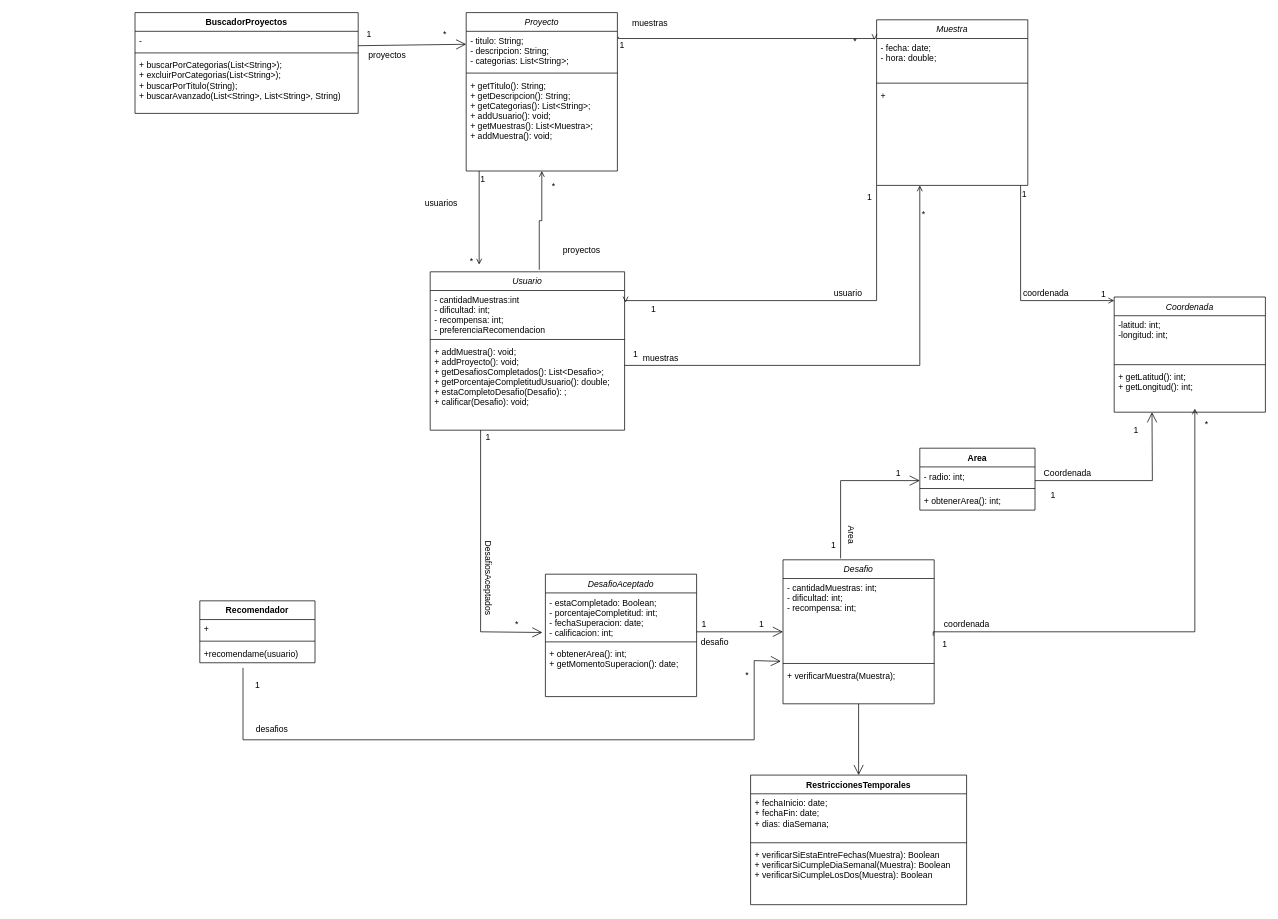
The draw.io diagram Diagrama tp.drawio in EliasBaron/unqui-po2-tpFinal, before the edit. Source tidied: cells renumbered, new cells numbered last; positions are measured from the earlier drawing's top-left corner, leaving out a move shared by most shapes. Both pictures are drawn from the tidied source at 72%, with x=0, y=0 at pixel (135, 12).
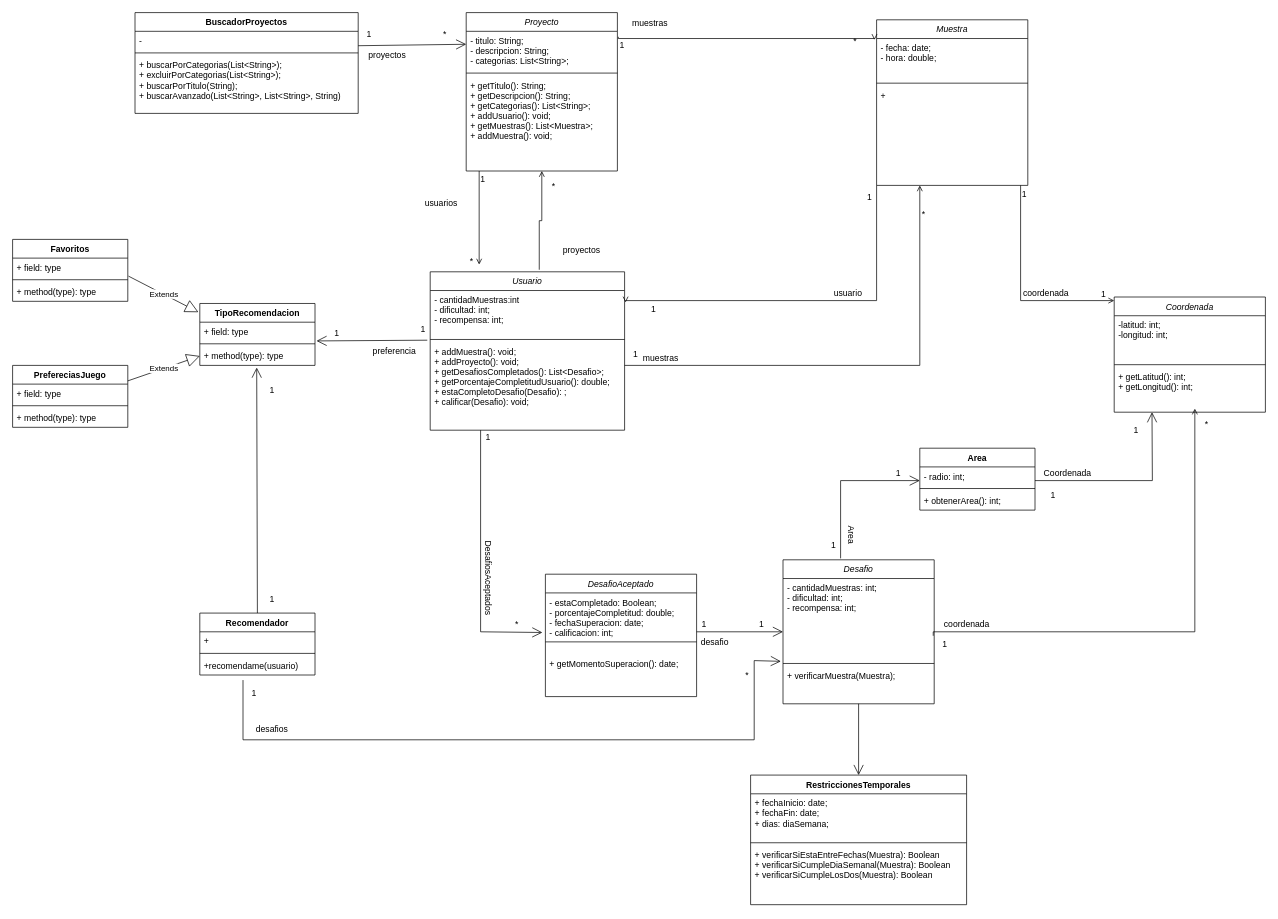
The same diagram, later.

The change refers to these unchanged cells:
```xml
<mxCell id="10" value="Usuario" style="swimlane;fontStyle=2;align=center;verticalAlign=top;horizontal=1;startSize=26;rounded=0;shadow=0;strokeWidth=1;" parent="1" vertex="1">
  <mxGeometry x="410" y="360" width="270" height="220" as="geometry" />
</mxCell>
<mxCell id="40" value="DesafioAceptado" style="swimlane;fontStyle=2;align=center;verticalAlign=top;horizontal=1;startSize=26;rounded=0;shadow=0;strokeWidth=1;" parent="1" vertex="1">
  <mxGeometry x="570" y="780" width="210" height="170" as="geometry" />
</mxCell>
```

Change to the diagram source:
```diff
@@
-    <mxCell id="11" value="- cantidadMuestras:int&#10;- dificultad: int;&#10;- recompensa: int;&#10;- preferenciaRecomendacion" style="text;align=left;verticalAlign=top;spacingLeft=4;spacingRight=4;overflow=hidden;points=[[0,0.5],[1,0.5]];portConstraint=eastwest;" parent="10" vertex="1">
+    <mxCell id="11" value="- cantidadMuestras:int&#10;- dificultad: int;&#10;- recompensa: int;" style="text;align=left;verticalAlign=top;spacingLeft=4;spacingRight=4;overflow=hidden;points=[[0,0.5],[1,0.5]];portConstraint=eastwest;" parent="10" vertex="1">
       <mxGeometry y="26" width="270" height="64" as="geometry" />
     </mxCell>
@@
-    <mxCell id="41" value="- estaCompletado: Boolean;&#10;- porcentajeCompletitud: int;&#10;- fechaSuperacion: date;&#10;- calificacion: int;" style="text;align=left;verticalAlign=top;spacingLeft=4;spacingRight=4;overflow=hidden;points=[[0,0.5],[1,0.5]];portConstraint=eastwest;" parent="40" vertex="1">
+    <mxCell id="41" value="- estaCompletado: Boolean;&#10;- porcentajeCompletitud: double;&#10;- fechaSuperacion: date;&#10;- calificacion: int;" style="text;align=left;verticalAlign=top;spacingLeft=4;spacingRight=4;overflow=hidden;points=[[0,0.5],[1,0.5]];portConstraint=eastwest;" parent="40" vertex="1">
       <mxGeometry y="26" width="210" height="64" as="geometry" />
     </mxCell>
@@
-    <mxCell id="43" value="+ obtenerArea(): int;&#10;+ getMomentoSuperacion(): date;" style="text;align=left;verticalAlign=top;spacingLeft=4;spacingRight=4;overflow=hidden;" parent="40" vertex="1">
+    <mxCell id="43" value="&#10;+ getMomentoSuperacion(): date;" style="text;align=left;verticalAlign=top;spacingLeft=4;spacingRight=4;overflow=hidden;" parent="40" vertex="1">
       <mxGeometry y="98" width="210" height="72" as="geometry" />
     </mxCell>
@@
     <mxCell id="78" value="Recomendador" style="swimlane;fontStyle=1;align=center;verticalAlign=top;horizontal=1;startSize=26;" parent="1" vertex="1">
-      <mxGeometry x="90" y="817" width="160" height="86" as="geometry" />
+      <mxGeometry x="90" y="834" width="160" height="86" as="geometry" />
     </mxCell>
@@
     <mxCell id="84" value="1" style="text;html=1;align=center;verticalAlign=middle;strokeColor=none;fillColor=none;" parent="1" vertex="1">
-      <mxGeometry x="155" y="920" width="30" height="30" as="geometry" />
+      <mxGeometry x="150" y="930" width="30" height="30" as="geometry" />
     </mxCell>
@@
+    <mxCell id="94" value="Favoritos" style="swimlane;fontStyle=1;align=center;verticalAlign=top;horizontal=1;startSize=26;" parent="1" vertex="1">
+      <mxGeometry x="-170" y="315" width="160" height="86" as="geometry" />
+    </mxCell>
+    <mxCell id="95" value="+ field: type" style="text;strokeColor=none;fillColor=none;align=left;verticalAlign=top;spacingLeft=4;spacingRight=4;overflow=hidden;points=[[0,0.5],[1,0.5]];portConstraint=eastwest;" parent="94" vertex="1">
+      <mxGeometry y="26" width="160" height="26" as="geometry" />
+    </mxCell>
+    <mxCell id="96" style="line;strokeWidth=1;fillColor=none;align=left;verticalAlign=middle;spacingTop=-1;spacingLeft=3;spacingRight=3;labelPosition=right;strokeColor=inherit;" parent="94" vertex="1">
+      <mxGeometry y="52" width="160" height="8" as="geometry" />
+    </mxCell>
+    <mxCell id="97" value="+ method(type): type" style="text;strokeColor=none;fillColor=none;align=left;verticalAlign=top;spacingLeft=4;spacingRight=4;overflow=hidden;" parent="94" vertex="1">
+      <mxGeometry y="60" width="160" height="26" as="geometry" />
+    </mxCell>
+    <mxCell id="98" value="PrefereciasJuego" style="swimlane;fontStyle=1;align=center;verticalAlign=top;horizontal=1;startSize=26;" parent="1" vertex="1">
+      <mxGeometry x="-170" y="490" width="160" height="86" as="geometry" />
+    </mxCell>
+    <mxCell id="99" value="+ field: type" style="text;strokeColor=none;fillColor=none;align=left;verticalAlign=top;spacingLeft=4;spacingRight=4;overflow=hidden;" parent="98" vertex="1">
+      <mxGeometry y="26" width="160" height="26" as="geometry" />
+    </mxCell>
+    <mxCell id="100" style="line;strokeWidth=1;fillColor=none;align=left;verticalAlign=middle;spacingTop=-1;spacingLeft=3;spacingRight=3;labelPosition=right;strokeColor=inherit;" parent="98" vertex="1">
+      <mxGeometry y="52" width="160" height="8" as="geometry" />
+    </mxCell>
+    <mxCell id="101" value="+ method(type): type" style="text;strokeColor=none;fillColor=none;align=left;verticalAlign=top;spacingLeft=4;spacingRight=4;overflow=hidden;" parent="98" vertex="1">
+      <mxGeometry y="60" width="160" height="26" as="geometry" />
+    </mxCell>
+    <mxCell id="102" value="TipoRecomendacion" style="swimlane;fontStyle=1;align=center;verticalAlign=top;horizontal=1;startSize=26;" parent="1" vertex="1">
+      <mxGeometry x="90" y="404" width="160" height="86" as="geometry" />
+    </mxCell>
+    <mxCell id="103" value="+ field: type" style="text;strokeColor=none;fillColor=none;align=left;verticalAlign=top;spacingLeft=4;spacingRight=4;overflow=hidden;points=[[0,0.5],[1,0.5]];portConstraint=eastwest;" parent="102" vertex="1">
+      <mxGeometry y="26" width="160" height="26" as="geometry" />
+    </mxCell>
+    <mxCell id="104" style="line;strokeWidth=1;fillColor=none;align=left;verticalAlign=middle;spacingTop=-1;spacingLeft=3;spacingRight=3;labelPosition=right;strokeColor=inherit;" parent="102" vertex="1">
+      <mxGeometry y="52" width="160" height="8" as="geometry" />
+    </mxCell>
+    <mxCell id="105" value="+ method(type): type" style="text;strokeColor=none;fillColor=none;align=left;verticalAlign=top;spacingLeft=4;spacingRight=4;overflow=hidden;points=[[0,0.5],[1,0.5]];portConstraint=eastwest;" parent="102" vertex="1">
+      <mxGeometry y="60" width="160" height="26" as="geometry" />
+    </mxCell>
+    <mxCell id="106" style="endArrow=open;endFill=1;endSize=12;html=1;rounded=0;exitX=0.5;exitY=0;exitDx=0;exitDy=0;entryX=0.494;entryY=1.115;entryDx=0;entryDy=0;entryPerimeter=0;" parent="1" edge="1" source="78" target="105">
+      <mxGeometry relative="1" as="geometry" />
+    </mxCell>
+    <mxCell id="107" style="endArrow=open;endFill=1;endSize=12;html=1;rounded=0;exitX=-0.015;exitY=1.078;exitDx=0;exitDy=0;exitPerimeter=0;entryX=1.013;entryY=1;entryDx=0;entryDy=0;entryPerimeter=0;" parent="1" edge="1" source="11" target="103">
+      <mxGeometry relative="1" as="geometry" />
+    </mxCell>
+    <mxCell id="108" value="Extends" style="endArrow=block;endSize=16;endFill=0;html=1;rounded=0;exitX=1.006;exitY=0.962;exitDx=0;exitDy=0;exitPerimeter=0;entryX=-0.012;entryY=0.14;entryDx=0;entryDy=0;entryPerimeter=0;" parent="1" edge="1" source="95" target="102">
+      <mxGeometry relative="1" as="geometry" />
+    </mxCell>
+    <mxCell id="109" value="Extends" style="endArrow=block;endSize=16;endFill=0;html=1;rounded=0;exitX=1;exitY=0.25;exitDx=0;exitDy=0;entryX=0;entryY=0.5;entryDx=0;entryDy=0;" parent="1" edge="1" source="98" target="105">
+      <mxGeometry relative="1" as="geometry" />
+    </mxCell>
+    <mxCell id="110" value="1" style="text;html=1;align=center;verticalAlign=middle;strokeColor=none;fillColor=none;" parent="1" vertex="1">
+      <mxGeometry x="385" y="425" width="30" height="30" as="geometry" />
+    </mxCell>
+    <mxCell id="111" value="1" style="text;html=1;align=center;verticalAlign=middle;strokeColor=none;fillColor=none;" parent="1" vertex="1">
+      <mxGeometry x="265" y="430" width="30" height="30" as="geometry" />
+    </mxCell>
+    <mxCell id="112" value="preferencia" style="text;html=1;align=center;verticalAlign=middle;strokeColor=none;fillColor=none;" parent="1" vertex="1">
+      <mxGeometry x="320" y="455" width="80" height="30" as="geometry" />
+    </mxCell>
+    <mxCell id="113" value="1" style="text;html=1;align=center;verticalAlign=middle;strokeColor=none;fillColor=none;" parent="1" vertex="1">
+      <mxGeometry x="175" y="800" width="30" height="30" as="geometry" />
+    </mxCell>
+    <mxCell id="114" value="1" style="text;html=1;align=center;verticalAlign=middle;strokeColor=none;fillColor=none;" parent="1" vertex="1">
+      <mxGeometry x="175" y="510" width="30" height="30" as="geometry" />
+    </mxCell>
```
